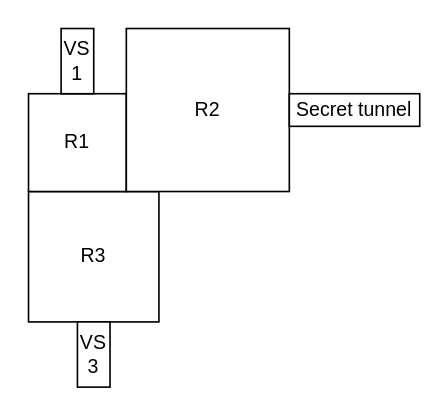
The draw.io diagram Survive/Documentation/Floor-1.drawio in Otasmacour/Survive, before the edit. Source tidied: cells renumbered, new cells numbered last; positions are measured from the earlier drawing's top-left corner, leaving out a move shared by most shapes. Both pictures are drawn from the tidied source at 163%, with x=0, y=0 at pixel (28, 28).
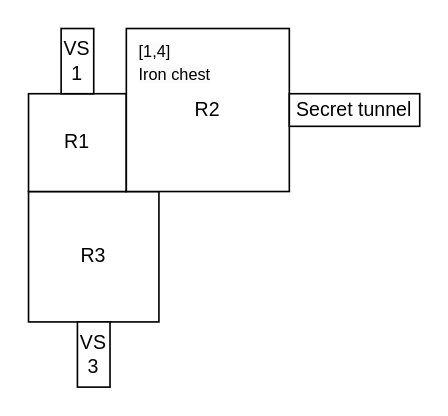
The same page after the edit.

Diff of the diagram source:
```diff
@@
 <mxGraphModel>
   <root>
     <mxCell id="0" />
     <mxCell id="1" parent="0" />
     <mxCell id="2" value="R3" style="whiteSpace=wrap;html=1;" parent="1" vertex="1">
       <mxGeometry y="100" width="80" height="80" as="geometry" />
     </mxCell>
     <mxCell id="3" value="R1" style="whiteSpace=wrap;html=1;" parent="1" vertex="1">
       <mxGeometry y="40" width="60" height="60" as="geometry" />
     </mxCell>
     <mxCell id="4" value="R2" style="whiteSpace=wrap;html=1;" parent="1" vertex="1">
       <mxGeometry x="60" width="100" height="100" as="geometry" />
     </mxCell>
     <mxCell id="5" value="Secret tunnel" style="rounded=0;whiteSpace=wrap;html=1;" parent="1" vertex="1">
       <mxGeometry x="160" y="40" width="80" height="20" as="geometry" />
     </mxCell>
     <mxCell id="6" value="VS&lt;br&gt;1" style="rounded=0;whiteSpace=wrap;html=1;" parent="1" vertex="1">
       <mxGeometry x="20" width="20" height="40" as="geometry" />
     </mxCell>
     <mxCell id="7" value="VS&lt;br&gt;3" style="rounded=0;whiteSpace=wrap;html=1;" parent="1" vertex="1">
       <mxGeometry x="30" y="180" width="20" height="40" as="geometry" />
     </mxCell>
+    <mxCell id="8" value="&lt;span style=&quot;color: rgb(0, 0, 0); font-family: Helvetica; font-size: 10px; font-style: normal; font-variant-ligatures: normal; font-variant-caps: normal; font-weight: 400; letter-spacing: normal; orphans: 2; text-align: center; text-indent: 0px; text-transform: none; widows: 2; word-spacing: 0px; -webkit-text-stroke-width: 0px; background-color: rgb(251, 251, 251); text-decoration-thickness: initial; text-decoration-style: initial; text-decoration-color: initial; float: none; display: inline !important;&quot;&gt;[1,4]&lt;/span&gt;&lt;br style=&quot;border-color: var(--border-color); color: rgb(0, 0, 0); font-family: Helvetica; font-size: 10px; font-style: normal; font-variant-ligatures: normal; font-variant-caps: normal; font-weight: 400; letter-spacing: normal; orphans: 2; text-align: center; text-indent: 0px; text-transform: none; widows: 2; word-spacing: 0px; -webkit-text-stroke-width: 0px; background-color: rgb(251, 251, 251); text-decoration-thickness: initial; text-decoration-style: initial; text-decoration-color: initial;&quot;&gt;&lt;span style=&quot;color: rgb(0, 0, 0); font-family: Helvetica; font-size: 10px; font-style: normal; font-variant-ligatures: normal; font-variant-caps: normal; font-weight: 400; letter-spacing: normal; orphans: 2; text-align: center; text-indent: 0px; text-transform: none; widows: 2; word-spacing: 0px; -webkit-text-stroke-width: 0px; background-color: rgb(251, 251, 251); text-decoration-thickness: initial; text-decoration-style: initial; text-decoration-color: initial; float: none; display: inline !important;&quot;&gt;Iron chest&lt;/span&gt;" style="text;whiteSpace=wrap;html=1;" parent="1" vertex="1">
+      <mxGeometry x="66" width="100" height="50" as="geometry" />
+    </mxCell>
   </root>
 </mxGraphModel>
```
